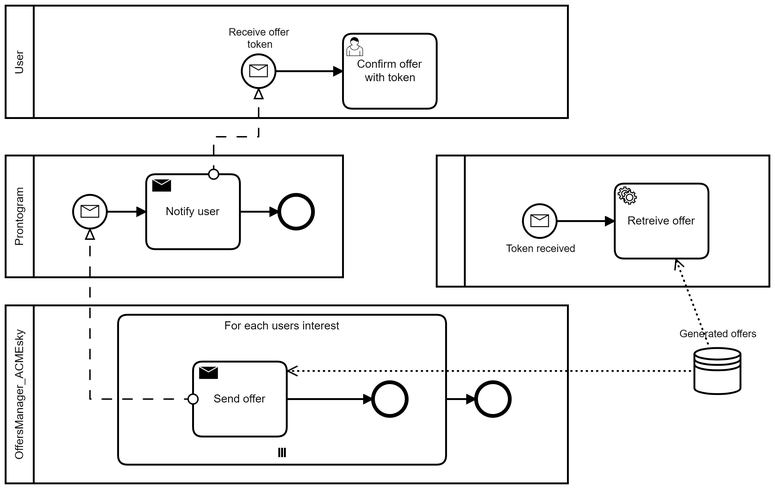
This is docs/bpmn/ConfermaVoloDaUtente.png from Vallasc/ACMEsky, a BPMN export, as it was before one commit. Its source is kept beside it as docs/bpmn/ConfermaVoloDaUtente.bpmn. Ids are renumbered.
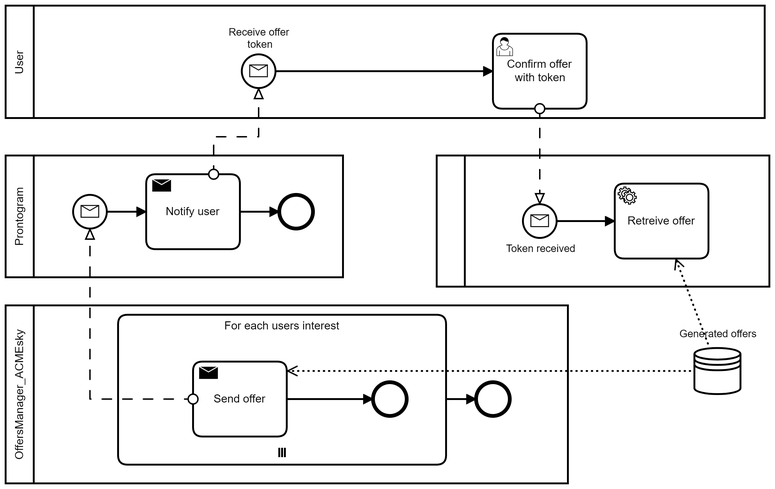
The same diagram one commit later.

What changed in the source:
```diff
@@ -6,6 +6,7 @@
     <bpmn:participant id="Participant_n9" name="Prontogram" processRef="Process_n10" />
     <bpmn:messageFlow id="Flow_n11" sourceRef="Activity_n12" targetRef="Event_n13" />
     <bpmn:messageFlow id="Flow_n14" sourceRef="Activity_n15" targetRef="Event_n16" />
+    <bpmn:messageFlow id="Flow_n38" sourceRef="Activity_n27" targetRef="Event_n28" />
   </bpmn:collaboration>
   <bpmn:process id="Process_n4" isExecutable="true">
     <bpmn:dataStoreReference id="DataStoreReference_n17" name="Generated offers" />
@@ -35,10 +36,10 @@
       <bpmn:outgoing>Flow_n25</bpmn:outgoing>
       <bpmn:messageEventDefinition id="MessageEventDefinition_n26" />
     </bpmn:startEvent>
+    <bpmn:sequenceFlow id="Flow_n25" sourceRef="Event_n16" targetRef="Activity_n27" />
     <bpmn:userTask id="Activity_n27" name="Confirm offer with token">
       <bpmn:incoming>Flow_n25</bpmn:incoming>
     </bpmn:userTask>
-    <bpmn:sequenceFlow id="Flow_n25" sourceRef="Event_n16" targetRef="Activity_n27" />
   </bpmn:process>
   <bpmn:process id="Process_n8" isExecutable="false">
     <bpmn:startEvent id="Event_n28" name="Token received">
@@ -72,42 +73,6 @@
   </bpmn:process>
   <bpmndi:BPMNDiagram id="BPMNDiagram_1">
     <bpmndi:BPMNPlane id="BPMNPlane_1" bpmnElement="Collaboration_n2">
-      <bpmndi:BPMNShape id="Participant_n9_di" bpmnElement="Participant_n9" isHorizontal="true">
-        <dc:Bounds x="150" y="240" width="360" height="130" />
-      </bpmndi:BPMNShape>
-      <bpmndi:BPMNEdge id="Flow_n37_di" bpmnElement="Flow_n37">
-        <di:waypoint x="400" y="300" />
-        <di:waypoint x="442" y="300" />
-      </bpmndi:BPMNEdge>
-      <bpmndi:BPMNEdge id="Flow_n34_di" bpmnElement="Flow_n34">
-        <di:waypoint x="258" y="300" />
-        <di:waypoint x="300" y="300" />
-      </bpmndi:BPMNEdge>
-      <bpmndi:BPMNShape id="Event_n13_di" bpmnElement="Event_n13">
-        <dc:Bounds x="222" y="282" width="36" height="36" />
-      </bpmndi:BPMNShape>
-      <bpmndi:BPMNShape id="Event_n36_di" bpmnElement="Event_n36">
-        <dc:Bounds x="442" y="282" width="36" height="36" />
-      </bpmndi:BPMNShape>
-      <bpmndi:BPMNShape id="Activity_n15_di" bpmnElement="Activity_n15">
-        <dc:Bounds x="300" y="260" width="100" height="80" />
-      </bpmndi:BPMNShape>
-      <bpmndi:BPMNShape id="Participant_n5_di" bpmnElement="Participant_n5" isHorizontal="true">
-        <dc:Bounds x="150" y="80" width="600" height="120" />
-      </bpmndi:BPMNShape>
-      <bpmndi:BPMNEdge id="Flow_n25_di" bpmnElement="Flow_n25">
-        <di:waypoint x="438" y="150" />
-        <di:waypoint x="510" y="150" />
-      </bpmndi:BPMNEdge>
-      <bpmndi:BPMNShape id="Event_n16_di" bpmnElement="Event_n16">
-        <dc:Bounds x="402" y="132" width="36" height="36" />
-        <bpmndi:BPMNLabel>
-          <dc:Bounds x="388" y="102" width="66" height="27" />
-        </bpmndi:BPMNLabel>
-      </bpmndi:BPMNShape>
-      <bpmndi:BPMNShape id="Activity_n27_di" bpmnElement="Activity_n27">
-        <dc:Bounds x="510" y="110" width="100" height="80" />
-      </bpmndi:BPMNShape>
       <bpmndi:BPMNShape id="Participant_n3_di" bpmnElement="Participant_n3" isHorizontal="true">
         <dc:Bounds x="150" y="400" width="600" height="190" />
       </bpmndi:BPMNShape>
@@ -131,6 +96,28 @@
       <bpmndi:BPMNShape id="Event_n24_di" bpmnElement="Event_n24">
         <dc:Bounds x="542" y="482" width="36" height="36" />
       </bpmndi:BPMNShape>
+      <bpmndi:BPMNShape id="DataStoreReference_n17_di" bpmnElement="DataStoreReference_n17">
+        <dc:Bounds x="885" y="445" width="50" height="50" />
+        <bpmndi:BPMNLabel>
+          <dc:Bounds x="869" y="424" width="83" height="14" />
+        </bpmndi:BPMNLabel>
+      </bpmndi:BPMNShape>
+      <bpmndi:BPMNShape id="Participant_n5_di" bpmnElement="Participant_n5" isHorizontal="true">
+        <dc:Bounds x="150" y="80" width="810" height="120" />
+      </bpmndi:BPMNShape>
+      <bpmndi:BPMNEdge id="Flow_n25_di" bpmnElement="Flow_n25">
+        <di:waypoint x="438" y="150" />
+        <di:waypoint x="670" y="150" />
+      </bpmndi:BPMNEdge>
+      <bpmndi:BPMNShape id="Event_n16_di" bpmnElement="Event_n16">
+        <dc:Bounds x="402" y="132" width="36" height="36" />
+        <bpmndi:BPMNLabel>
+          <dc:Bounds x="388" y="102" width="66" height="27" />
+        </bpmndi:BPMNLabel>
+      </bpmndi:BPMNShape>
+      <bpmndi:BPMNShape id="Activity_n27_di" bpmnElement="Activity_n27">
+        <dc:Bounds x="670" y="110" width="100" height="80" />
+      </bpmndi:BPMNShape>
       <bpmndi:BPMNShape id="Participant_n7_di" bpmnElement="Participant_n7" isHorizontal="true">
         <dc:Bounds x="610" y="240" width="355" height="140" />
       </bpmndi:BPMNShape>
@@ -147,12 +134,34 @@
       <bpmndi:BPMNShape id="Activity_n31_di" bpmnElement="Activity_n31">
         <dc:Bounds x="800" y="270" width="100" height="80" />
       </bpmndi:BPMNShape>
-      <bpmndi:BPMNShape id="DataStoreReference_n17_di" bpmnElement="DataStoreReference_n17">
-        <dc:Bounds x="885" y="445" width="50" height="50" />
-        <bpmndi:BPMNLabel>
-          <dc:Bounds x="869" y="424" width="83" height="14" />
-        </bpmndi:BPMNLabel>
+      <bpmndi:BPMNShape id="Participant_n9_di" bpmnElement="Participant_n9" isHorizontal="true">
+        <dc:Bounds x="150" y="240" width="360" height="130" />
       </bpmndi:BPMNShape>
+      <bpmndi:BPMNEdge id="Flow_n34_di" bpmnElement="Flow_n34">
+        <di:waypoint x="258" y="300" />
+        <di:waypoint x="300" y="300" />
+      </bpmndi:BPMNEdge>
+      <bpmndi:BPMNEdge id="Flow_n37_di" bpmnElement="Flow_n37">
+        <di:waypoint x="400" y="300" />
+        <di:waypoint x="442" y="300" />
+      </bpmndi:BPMNEdge>
+      <bpmndi:BPMNShape id="Event_n13_di" bpmnElement="Event_n13">
+        <dc:Bounds x="222" y="282" width="36" height="36" />
+      </bpmndi:BPMNShape>
+      <bpmndi:BPMNShape id="Event_n36_di" bpmnElement="Event_n36">
+        <dc:Bounds x="442" y="282" width="36" height="36" />
+      </bpmndi:BPMNShape>
+      <bpmndi:BPMNShape id="Activity_n15_di" bpmnElement="Activity_n15">
+        <dc:Bounds x="300" y="260" width="100" height="80" />
+      </bpmndi:BPMNShape>
+      <bpmndi:BPMNEdge id="DataInputAssociation_n23_di" bpmnElement="DataInputAssociation_n23">
+        <di:waypoint x="885" y="470" />
+        <di:waypoint x="450" y="470" />
+      </bpmndi:BPMNEdge>
+      <bpmndi:BPMNEdge id="DataInputAssociation_n33_di" bpmnElement="DataInputAssociation_n33">
+        <di:waypoint x="901" y="445" />
+        <di:waypoint x="865" y="350" />
+      </bpmndi:BPMNEdge>
       <bpmndi:BPMNEdge id="Flow_n11_di" bpmnElement="Flow_n11">
         <di:waypoint x="350" y="500" />
         <di:waypoint x="240" y="500" />
@@ -164,13 +173,9 @@
         <di:waypoint x="420" y="220" />
         <di:waypoint x="420" y="168" />
       </bpmndi:BPMNEdge>
-      <bpmndi:BPMNEdge id="DataInputAssociation_n23_di" bpmnElement="DataInputAssociation_n23">
-        <di:waypoint x="885" y="470" />
-        <di:waypoint x="450" y="470" />
-      </bpmndi:BPMNEdge>
-      <bpmndi:BPMNEdge id="DataInputAssociation_n33_di" bpmnElement="DataInputAssociation_n33">
-        <di:waypoint x="901" y="445" />
-        <di:waypoint x="865" y="350" />
+      <bpmndi:BPMNEdge id="Flow_n38_di" bpmnElement="Flow_n38">
+        <di:waypoint x="720" y="190" />
+        <di:waypoint x="720" y="292" />
       </bpmndi:BPMNEdge>
     </bpmndi:BPMNPlane>
   </bpmndi:BPMNDiagram>
```
